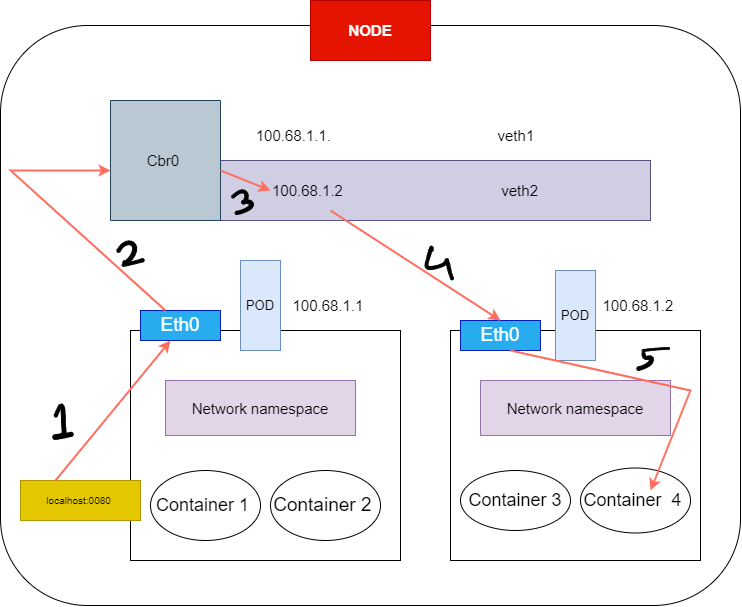
The draw.io diagram Page_images/Pod-2-pod -networking.drawio.png in dikshita-git/RP_Study-on-Ingress-and-its-security-IPv4-IPv6-, before a commit. Source tidied: cells renumbered, new cells last; positions are measured from the earlier drawing's top-left corner, leaving out a move shared by most shapes.
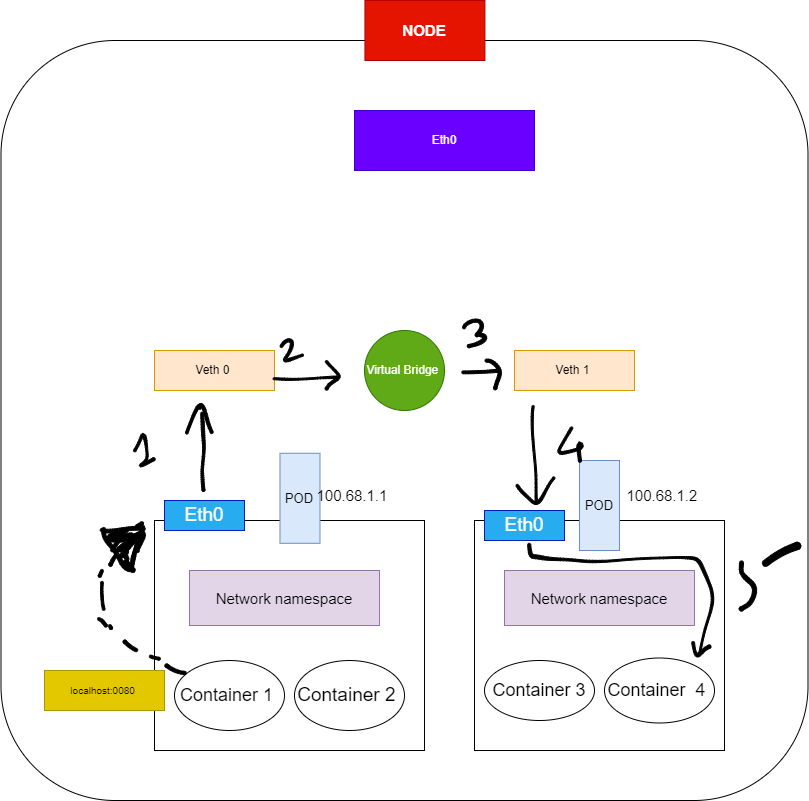
After the commit.

What changed in the source:
```diff
@@ -3,13 +3,13 @@
     <mxCell id="0" />
     <mxCell id="1" parent="0" />
     <mxCell id="2" style="rounded=1;whiteSpace=wrap;html=1;fontFamily=Helvetica;fontSize=15;fillColor=none;" parent="1" vertex="1">
-      <mxGeometry y="25" width="740" height="580" as="geometry" />
+      <mxGeometry x="-23.5" y="-150" width="807" height="760" as="geometry" />
     </mxCell>
     <mxCell id="3" style="rounded=0;whiteSpace=wrap;html=1;" parent="1" vertex="1">
       <mxGeometry x="130" y="330" width="270" height="230" as="geometry" />
     </mxCell>
     <mxCell id="4" value="&lt;font style=&quot;font-size: 13px;&quot;&gt;POD&lt;/font&gt;" style="text;html=1;strokeColor=#6c8ebf;fillColor=#dae8fc;align=center;verticalAlign=middle;whiteSpace=wrap;rounded=0;" parent="1" vertex="1">
-      <mxGeometry x="240" y="260" width="40" height="90" as="geometry" />
+      <mxGeometry x="255.5" y="262.8" width="40" height="90" as="geometry" />
     </mxCell>
     <mxCell id="5" value="&lt;font style=&quot;font-size: 15px;&quot;&gt;Network namespace&lt;/font&gt;" style="rounded=0;whiteSpace=wrap;html=1;fillColor=#e1d5e7;strokeColor=#9673a6;" parent="1" vertex="1">
       <mxGeometry x="165" y="380" width="190" height="55" as="geometry" />
@@ -54,72 +54,106 @@
       <mxGeometry x="20" y="480" width="120" height="40" as="geometry" />
     </mxCell>
     <mxCell id="19" value="&lt;font size=&quot;1&quot; style=&quot;&quot;&gt;&lt;b style=&quot;font-size: 15px;&quot;&gt;NODE&lt;/b&gt;&lt;/font&gt;" style="rounded=0;whiteSpace=wrap;html=1;fontSize=10;fillColor=#e51400;fontColor=#ffffff;strokeColor=#B20000;" parent="1" vertex="1">
-      <mxGeometry x="310" width="120" height="60" as="geometry" />
+      <mxGeometry x="340.4" y="-190" width="120" height="60" as="geometry" />
     </mxCell>
-    <mxCell id="20" value="100.68.1.2&amp;nbsp; &amp;nbsp; &amp;nbsp; &amp;nbsp; &amp;nbsp; &amp;nbsp; &amp;nbsp; &amp;nbsp; &amp;nbsp; &amp;nbsp; &amp;nbsp; &amp;nbsp; &amp;nbsp; &amp;nbsp; &amp;nbsp; &amp;nbsp; &amp;nbsp; &amp;nbsp; &amp;nbsp; veth2" style="rounded=0;whiteSpace=wrap;html=1;fontFamily=Helvetica;fontSize=15;fillColor=#d0cee2;strokeColor=#56517e;" parent="1" vertex="1">
-      <mxGeometry x="160" y="160" width="490" height="60" as="geometry" />
-    </mxCell>
-    <mxCell id="21" value="Cbr0&amp;nbsp;" style="rounded=0;whiteSpace=wrap;html=1;fontFamily=Helvetica;fontSize=15;direction=south;fillColor=#bac8d3;strokeColor=#23445d;" parent="1" vertex="1">
-      <mxGeometry x="110" y="100" width="110" height="120" as="geometry" />
-    </mxCell>
-    <mxCell id="22" value="100.68.1.1.&amp;nbsp; &amp;nbsp; &amp;nbsp; &amp;nbsp; &amp;nbsp; &amp;nbsp; &amp;nbsp; &amp;nbsp; &amp;nbsp; &amp;nbsp; &amp;nbsp; &amp;nbsp; &amp;nbsp; &amp;nbsp; &amp;nbsp; &amp;nbsp; &amp;nbsp; &amp;nbsp; &amp;nbsp; &amp;nbsp; veth1" style="text;html=1;strokeColor=none;fillColor=none;align=center;verticalAlign=middle;whiteSpace=wrap;rounded=0;fontFamily=Helvetica;fontSize=15;" parent="1" vertex="1">
-      <mxGeometry x="195" y="110" width="400" height="50" as="geometry" />
-    </mxCell>
-    <mxCell id="23" style="endArrow=classic;html=1;rounded=0;fontFamily=Helvetica;fontSize=15;strokeColor=#FF6E5E;strokeWidth=2;" parent="1" edge="1">
-      <mxGeometry relative="1" as="geometry">
-        <mxPoint x="55" y="480" as="sourcePoint" />
-        <mxPoint x="170" y="340" as="targetPoint" />
-      </mxGeometry>
-    </mxCell>
-    <mxCell id="24" style="endArrow=classic;html=1;rounded=0;fontFamily=Helvetica;fontSize=15;strokeColor=#FF6E5E;strokeWidth=2;" parent="1" edge="1">
-      <mxGeometry relative="1" as="geometry">
-        <mxPoint x="165" y="310" as="sourcePoint" />
-        <mxPoint x="110" y="170" as="targetPoint" />
-        <Array as="points">
-          <mxPoint x="10" y="170" />
-          <mxPoint x="40" y="170" />
-        </Array>
-      </mxGeometry>
-    </mxCell>
-    <mxCell id="25" style="endArrow=classic;html=1;rounded=0;fontFamily=Helvetica;fontSize=15;strokeColor=#FF6E5E;strokeWidth=2;exitX=0.583;exitY=0;exitDx=0;exitDy=0;exitPerimeter=0;" parent="1" edge="1" source="21">
-      <mxGeometry relative="1" as="geometry">
-        <mxPoint x="270" y="190" as="targetPoint" />
-      </mxGeometry>
-    </mxCell>
-    <mxCell id="26" style="endArrow=classic;html=1;rounded=0;fontFamily=Helvetica;fontSize=15;strokeColor=#FF6E5E;strokeWidth=2;exitX=0.625;exitY=1;exitDx=0;exitDy=0;exitPerimeter=0;" parent="1" edge="1" source="14">
-      <mxGeometry relative="1" as="geometry">
-        <mxPoint x="650" y="490" as="targetPoint" />
-        <Array as="points">
-          <mxPoint x="690" y="390" />
-        </Array>
-      </mxGeometry>
-    </mxCell>
-    <mxCell id="27" style="endArrow=classic;html=1;rounded=0;fontFamily=Helvetica;fontSize=15;strokeColor=#FF6E5E;strokeWidth=2;" parent="1" edge="1">
-      <mxGeometry relative="1" as="geometry">
-        <mxPoint x="330" y="210" as="sourcePoint" />
-        <mxPoint x="500" y="320" as="targetPoint" />
-      </mxGeometry>
-    </mxCell>
-    <mxCell id="28" style="shape=(stored shape, 1240 characters);lineShape=1;" parent="1" vertex="1">
-      <mxGeometry x="52.4" y="403.3" width="20.1" height="35.4" as="geometry" />
-    </mxCell>
-    <mxCell id="29" style="shape=(stored shape, 936 characters);lineShape=1;" parent="1" vertex="1">
-      <mxGeometry x="116.3" y="240.5" width="19.8" height="23.6" as="geometry" />
-    </mxCell>
-    <mxCell id="30" style="shape=(stored shape, 788 characters);lineShape=1;" parent="1" vertex="1">
-      <mxGeometry x="121.6" y="258.2" width="21.9" height="7.7" as="geometry" />
-    </mxCell>
-    <mxCell id="31" style="shape=(stored shape, 1268 characters);lineShape=1;" parent="1" vertex="1">
-      <mxGeometry x="231" y="189.4" width="21.9" height="24.7" as="geometry" />
-    </mxCell>
-    <mxCell id="32" style="shape=(stored shape, 1472 characters);lineShape=1;" parent="1" vertex="1">
-      <mxGeometry x="424.5" y="245.8" width="28.4" height="33.4" as="geometry" />
-    </mxCell>
-    <mxCell id="33" style="shape=(stored shape, 860 characters);lineShape=1;" parent="1" vertex="1">
-      <mxGeometry x="636.4" y="351.4" width="16.5" height="18.5" as="geometry" />
-    </mxCell>
-    <mxCell id="34" style="shape=(stored shape, 732 characters);lineShape=1;" parent="1" vertex="1">
-      <mxGeometry x="641.4" y="347.1" width="27.6" height="4" as="geometry" />
-    </mxCell>
+    <mxCell id="35" value="Veth 0&amp;nbsp;" style="rounded=0;whiteSpace=wrap;html=1;fillColor=#ffe6cc;strokeColor=#d79b00;" parent="1" vertex="1">
+      <mxGeometry x="130" y="160" width="120" height="40" as="geometry" />
+    </mxCell>
+    <mxCell id="36" value="Veth 1&amp;nbsp;" style="rounded=0;whiteSpace=wrap;html=1;fillColor=#ffe6cc;strokeColor=#d79b00;" parent="1" vertex="1">
+      <mxGeometry x="490" y="160" width="120" height="40" as="geometry" />
+    </mxCell>
+    <mxCell id="37" value="Virtual Bridge&amp;nbsp;" style="ellipse;whiteSpace=wrap;html=1;fillColor=#60a917;fontColor=#ffffff;strokeColor=#2D7600;" parent="1" vertex="1">
+      <mxGeometry x="340" y="140" width="80" height="80" as="geometry" />
+    </mxCell>
+    <mxCell id="38" style="shape=(stored shape, 1204 characters);lineShape=1;" parent="1" vertex="1">
+      <mxGeometry x="176.2" y="221.6" width="4.6" height="79.3" as="geometry" />
+    </mxCell>
+    <mxCell id="39" style="shape=(stored shape, 1488 characters);lineShape=1;" parent="1" vertex="1">
+      <mxGeometry x="161.1" y="213" width="27.5" height="30.4" as="geometry" />
+    </mxCell>
+    <mxCell id="40" style="shape=(stored shape, 1140 characters);lineShape=1;" parent="1" vertex="1">
+      <mxGeometry x="108.9" y="242.8" width="21.6" height="33.6" as="geometry" />
+    </mxCell>
+    <mxCell id="41" style="shape=(stored shape, 1024 characters);lineShape=1;" parent="1" vertex="1">
+      <mxGeometry x="248.5" y="185.5" width="65.3" height="4.4" as="geometry" />
+    </mxCell>
+    <mxCell id="42" style="shape=(stored shape, 900 characters);lineShape=1;" parent="1" vertex="1">
+      <mxGeometry x="300.7" y="169.9" width="15" height="29.6" as="geometry" />
+    </mxCell>
+    <mxCell id="43" style="shape=(stored shape, 1036 characters);lineShape=1;" parent="1" vertex="1">
+      <mxGeometry x="255.5" y="148.1" width="23.5" height="23.4" as="geometry" />
+    </mxCell>
+    <mxCell id="44" style="shape=(stored shape, 852 characters);lineShape=1;" parent="1" vertex="1">
+      <mxGeometry x="437.3" y="178.6" width="38.6" height="4.7" as="geometry" />
+    </mxCell>
+    <mxCell id="45" style="shape=(stored shape, 868 characters);lineShape=1;" parent="1" vertex="1">
+      <mxGeometry x="460.4" y="168.6" width="16.5" height="30.7" as="geometry" />
+    </mxCell>
+    <mxCell id="46" style="shape=(stored shape, 1260 characters);lineShape=1;" parent="1" vertex="1">
+      <mxGeometry x="437.9" y="128.6" width="24.3" height="28.6" as="geometry" />
+    </mxCell>
+    <mxCell id="47" style="shape=(stored shape, 1044 characters);lineShape=1;" parent="1" vertex="1">
+      <mxGeometry x="506.6" y="214.9" width="6.5" height="98.1" as="geometry" />
+    </mxCell>
+    <mxCell id="48" style="shape=(stored shape, 952 characters);lineShape=1;" parent="1" vertex="1">
+      <mxGeometry x="491.4" y="286.5" width="38.9" height="27.5" as="geometry" />
+    </mxCell>
+    <mxCell id="49" style="shape=(stored shape, 1060 characters);lineShape=1;" parent="1" vertex="1">
+      <mxGeometry x="533.3" y="236.3" width="25.5" height="35.3" as="geometry" />
+    </mxCell>
+    <mxCell id="50" style="shape=(stored shape, 2136 characters);lineShape=1;" parent="1" vertex="1">
+      <mxGeometry x="503.1" y="352.8" width="186.1" height="110.8" as="geometry" />
+    </mxCell>
+    <mxCell id="51" style="shape=(stored shape, 836 characters);lineShape=1;" parent="1" vertex="1">
+      <mxGeometry x="667.2" y="450.9" width="19.2" height="15.6" as="geometry" />
+    </mxCell>
+    <mxCell id="52" style="shape=(stored shape, 904 characters);lineShape=1;" parent="1" vertex="1">
+      <mxGeometry x="714.8" y="370.4" width="17.3" height="50.1" as="geometry" />
+    </mxCell>
+    <mxCell id="53" style="shape=(stored shape, 728 characters);lineShape=1;" parent="1" vertex="1">
+      <mxGeometry x="140.5" y="473.5" width="21.3" height="10.7" as="geometry" />
+    </mxCell>
+    <mxCell id="54" style="shape=(stored shape, 708 characters);lineShape=1;" parent="1" vertex="1">
+      <mxGeometry x="98.6" y="449.5" width="14.6" height="11.7" as="geometry" />
+    </mxCell>
+    <mxCell id="55" style="shape=(stored shape, 708 characters);lineShape=1;" parent="1" vertex="1">
+      <mxGeometry x="76" y="391.1" width="4.6" height="28.9" as="geometry" />
+    </mxCell>
+    <mxCell id="56" style="shape=(stored shape, 712 characters);lineShape=1;" parent="1" vertex="1">
+      <mxGeometry x="86" y="345.3" width="12.8" height="16" as="geometry" />
+    </mxCell>
+    <mxCell id="57" style="shape=(stored shape, 656 characters);lineShape=1;" parent="1" vertex="1">
+      <mxGeometry x="110.9" y="331.4" width="8.1" height="6" as="geometry" />
+    </mxCell>
+    <mxCell id="58" style="shape=(stored shape, 1104 characters);lineShape=1;" parent="1" vertex="1">
+      <mxGeometry x="75.7" y="334.9" width="45.1" height="42.1" as="geometry" />
+    </mxCell>
+    <mxCell id="59" style="shape=(stored shape, 1028 characters);lineShape=1;" parent="1" vertex="1">
+      <mxGeometry x="77.3" y="336.9" width="33.3" height="44.8" as="geometry" />
+    </mxCell>
+    <mxCell id="60" style="shape=(stored shape, 4748 characters);lineShape=1;" parent="1" vertex="1">
+      <mxGeometry x="82.1" y="338" width="38.9" height="39.1" as="geometry" />
+    </mxCell>
+    <mxCell id="61" style="shape=(stored shape, 688 characters);lineShape=1;" parent="1" vertex="1">
+      <mxGeometry x="84.3" y="362.8" width="8.9" height="13" as="geometry" />
+    </mxCell>
+    <mxCell id="62" style="shape=(stored shape, 652 characters);lineShape=1;" parent="1" vertex="1">
+      <mxGeometry x="73.7" y="378.9" width="5.2" height="7.8" as="geometry" />
+    </mxCell>
+    <mxCell id="63" style="shape=(stored shape, 652 characters);lineShape=1;" parent="1" vertex="1">
+      <mxGeometry x="83.9" y="434" width="4.1" height="5" as="geometry" />
+    </mxCell>
+    <mxCell id="64" style="shape=(stored shape, 656 characters);lineShape=1;" parent="1" vertex="1">
+      <mxGeometry x="124.8" y="464.6" width="11" height="5" as="geometry" />
+    </mxCell>
+    <mxCell id="65" style="shape=(stored shape, 668 characters);lineShape=1;" parent="1" vertex="1">
+      <mxGeometry x="73" y="427" width="9.8" height="9.4" as="geometry" />
+    </mxCell>
+    <mxCell id="66" style="shape=(stored shape, 784 characters);lineShape=1;" parent="1" vertex="1">
+      <mxGeometry x="737.9" y="351.8" width="38.3" height="24.1" as="geometry" />
+    </mxCell>
+    <mxCell id="67" value="Eth0" style="rounded=0;whiteSpace=wrap;html=1;fillColor=#6a00ff;fontColor=#ffffff;strokeColor=#3700CC;" parent="1" vertex="1">
+      <mxGeometry x="330" y="-80" width="180" height="60" as="geometry" />
+    </mxCell>
   </root>
 </mxGraphModel>
```
